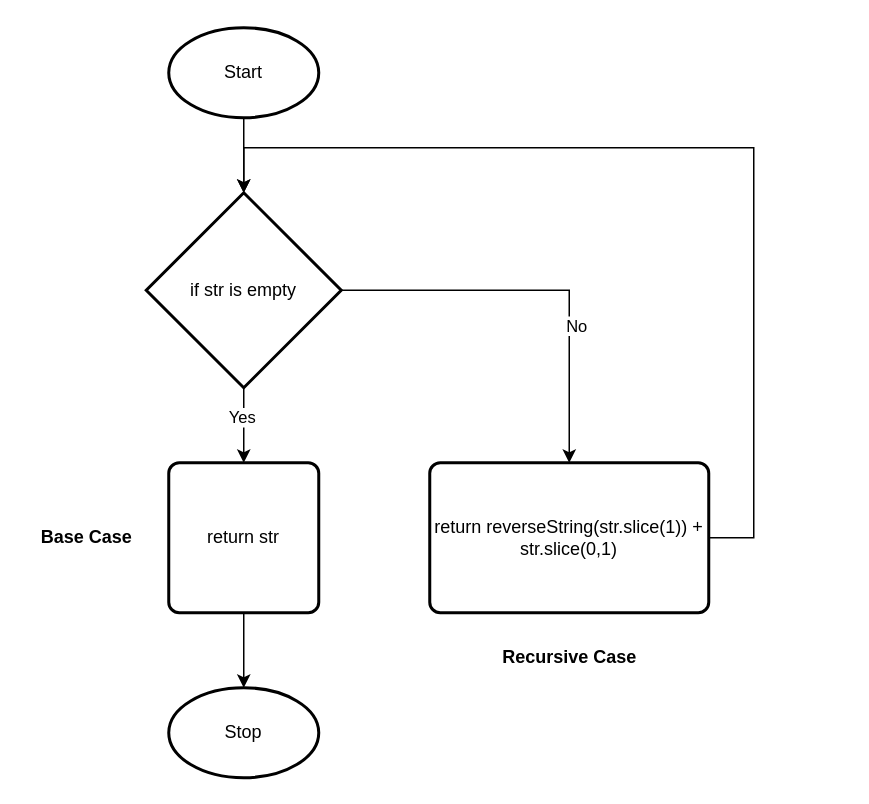
The draw.io diagram Design/Unit3-01-reverseString.drawio in dbcalitis/ics4u-unit3-01-typescript, before the edit. Source tidied: cells renumbered, new cells numbered last; positions are measured from the earlier drawing's top-left corner, leaving out a move shared by most shapes. Both pictures are drawn from the tidied source at 150%, with x=0, y=0 at pixel (26, 27).
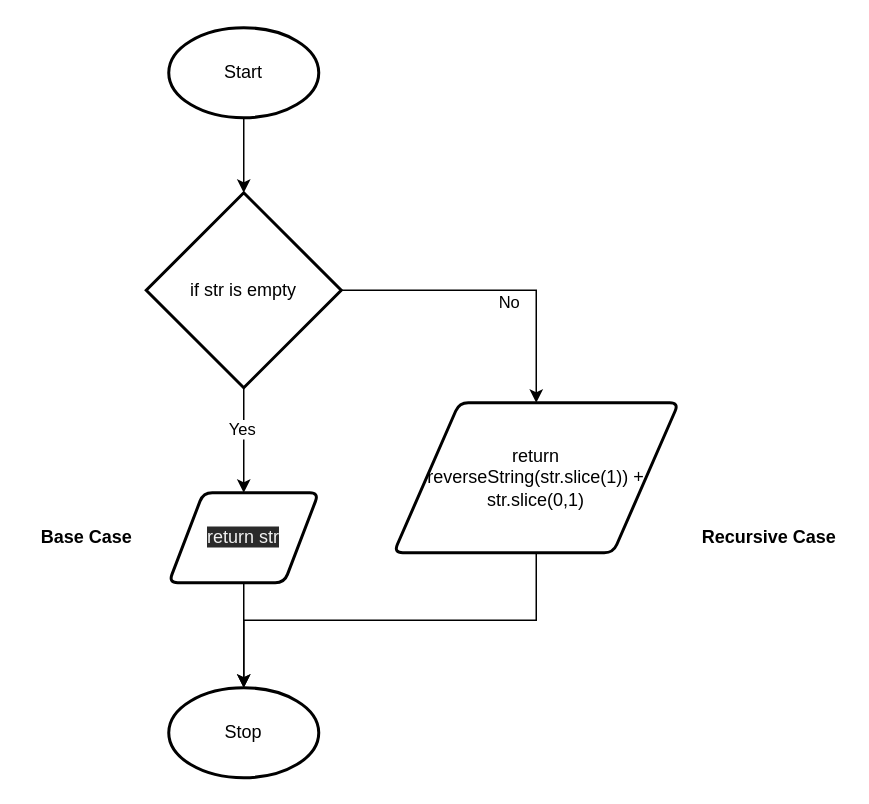
Above is the later version.

Change to the diagram source:
```diff
@@
 <mxGraphModel>
   <root>
     <mxCell id="0" />
     <mxCell id="1" parent="0" />
     <mxCell id="2" style="edgeStyle=none;html=1;exitX=0.5;exitY=1;exitDx=0;exitDy=0;exitPerimeter=0;" parent="1" edge="1" source="3" target="8">
       <mxGeometry relative="1" as="geometry" />
     </mxCell>
     <mxCell id="3" value="Start" style="strokeWidth=2;html=1;shape=mxgraph.flowchart.start_1;whiteSpace=wrap;" parent="1" vertex="1">
       <mxGeometry x="95" width="100" height="60" as="geometry" />
     </mxCell>
     <mxCell id="4" style="edgeStyle=none;html=1;exitX=0.5;exitY=1;exitDx=0;exitDy=0;exitPerimeter=0;entryX=0.5;entryY=0;entryDx=0;entryDy=0;" parent="1" edge="1" source="8" target="10">
       <mxGeometry relative="1" as="geometry" />
     </mxCell>
     <mxCell id="5" value="Yes" style="edgeLabel;html=1;align=center;verticalAlign=middle;" parent="4" vertex="1">
       <mxGeometry x="-0.23" y="-2" relative="1" as="geometry" />
     </mxCell>
-    <mxCell id="6" style="edgeStyle=orthogonalEdgeStyle;rounded=0;html=1;exitX=1;exitY=0.5;exitDx=0;exitDy=0;exitPerimeter=0;entryX=0.5;entryY=0;entryDx=0;entryDy=0;" parent="1" edge="1" source="8" target="13">
+    <mxCell id="6" style="edgeStyle=orthogonalEdgeStyle;rounded=0;html=1;exitX=1;exitY=0.5;exitDx=0;exitDy=0;exitPerimeter=0;" parent="1" edge="1" source="8" target="13">
       <mxGeometry relative="1" as="geometry" />
     </mxCell>
     <mxCell id="7" value="No" style="edgeLabel;html=1;align=center;verticalAlign=middle;" parent="6" vertex="1">
-      <mxGeometry x="0.31" y="4" relative="1" as="geometry" />
+      <mxGeometry x="0.08" y="-7" relative="1" as="geometry" />
     </mxCell>
     <mxCell id="8" value="if str is empty" style="strokeWidth=2;html=1;shape=mxgraph.flowchart.decision;whiteSpace=wrap;" parent="1" vertex="1">
       <mxGeometry x="80" y="110" width="130" height="130" as="geometry" />
     </mxCell>
     <mxCell id="9" style="edgeStyle=none;html=1;exitX=0.5;exitY=1;exitDx=0;exitDy=0;entryX=0.5;entryY=0;entryDx=0;entryDy=0;entryPerimeter=0;" parent="1" edge="1" source="10" target="11">
       <mxGeometry relative="1" as="geometry" />
     </mxCell>
-    <mxCell id="10" value="return str" style="rounded=1;whiteSpace=wrap;html=1;absoluteArcSize=1;arcSize=14;strokeWidth=2;" parent="1" vertex="1">
-      <mxGeometry x="95" y="290" width="100" height="100" as="geometry" />
-    </mxCell>
     <mxCell id="11" value="Stop" style="strokeWidth=2;html=1;shape=mxgraph.flowchart.start_1;whiteSpace=wrap;" parent="1" vertex="1">
       <mxGeometry x="95" y="440" width="100" height="60" as="geometry" />
     </mxCell>
-    <mxCell id="12" style="edgeStyle=orthogonalEdgeStyle;rounded=0;html=1;exitX=1;exitY=0.5;exitDx=0;exitDy=0;entryX=0.5;entryY=0;entryDx=0;entryDy=0;entryPerimeter=0;" parent="1" edge="1" source="13" target="8">
-      <mxGeometry relative="1" as="geometry">
-        <Array as="points">
-          <mxPoint x="485" y="340" />
-          <mxPoint x="485" y="80" />
-          <mxPoint x="145" y="80" />
-        </Array>
-      </mxGeometry>
-    </mxCell>
-    <mxCell id="13" value="return reverseString(str.slice(1)) + str.slice(0,1)" style="rounded=1;whiteSpace=wrap;html=1;absoluteArcSize=1;arcSize=14;strokeWidth=2;" parent="1" vertex="1">
-      <mxGeometry x="269" y="290" width="186" height="100" as="geometry" />
-    </mxCell>
     <mxCell id="14" value="Base Case" style="text;html=1;align=center;verticalAlign=middle;strokeColor=none;fillColor=none;fontStyle=1;" parent="1" vertex="1">
       <mxGeometry y="330" width="80" height="20" as="geometry" />
     </mxCell>
     <mxCell id="15" value="Recursive Case" style="text;html=1;align=center;verticalAlign=middle;strokeColor=none;fillColor=none;fontStyle=1;" parent="1" vertex="1">
-      <mxGeometry x="312" y="410" width="100" height="20" as="geometry" />
+      <mxGeometry x="445" y="330" width="100" height="20" as="geometry" />
     </mxCell>
+    <mxCell id="10" value="&#10;&#10;&lt;span style=&quot;color: rgb(240, 240, 240); font-family: helvetica; font-size: 12px; font-style: normal; font-weight: 400; letter-spacing: normal; text-align: center; text-indent: 0px; text-transform: none; word-spacing: 0px; background-color: rgb(42, 42, 42); display: inline; float: none;&quot;&gt;return str&lt;/span&gt;&#10;&#10;" style="shape=parallelogram;html=1;strokeWidth=2;perimeter=parallelogramPerimeter;whiteSpace=wrap;rounded=1;arcSize=12;size=0.23;" parent="1" vertex="1">
+      <mxGeometry x="95" y="310" width="100" height="60" as="geometry" />
+    </mxCell>
+    <mxCell id="16" style="edgeStyle=orthogonalEdgeStyle;rounded=0;html=1;exitX=0.5;exitY=1;exitDx=0;exitDy=0;entryX=0.5;entryY=0;entryDx=0;entryDy=0;entryPerimeter=0;" parent="1" edge="1" source="13" target="11">
+      <mxGeometry relative="1" as="geometry" />
+    </mxCell>
+    <mxCell id="13" value="&lt;span&gt;return &lt;br&gt;reverseString(str.slice(1)) + str.slice(0,1)&lt;/span&gt;" style="shape=parallelogram;html=1;strokeWidth=2;perimeter=parallelogramPerimeter;whiteSpace=wrap;rounded=1;arcSize=12;size=0.23;" parent="1" vertex="1">
+      <mxGeometry x="245" y="250" width="190" height="100" as="geometry" />
+    </mxCell>
   </root>
 </mxGraphModel>
```
